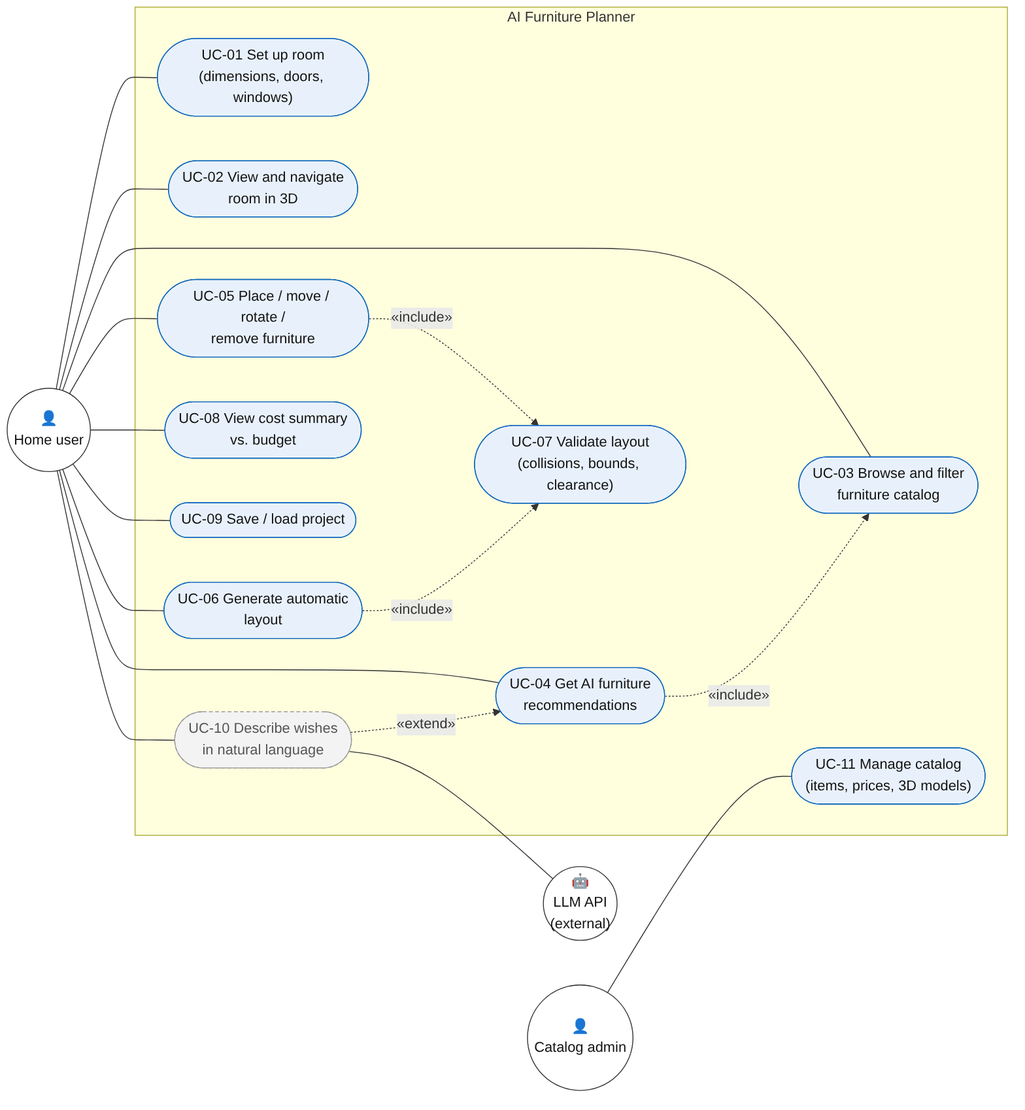
a100miles/furniture-diploma keeps this Mermaid diagram as docs/diagrams/export/02-use-case.png. Above is the earlier version. Its source is kept beside it as docs/diagrams/src/02-use-case.mmd.
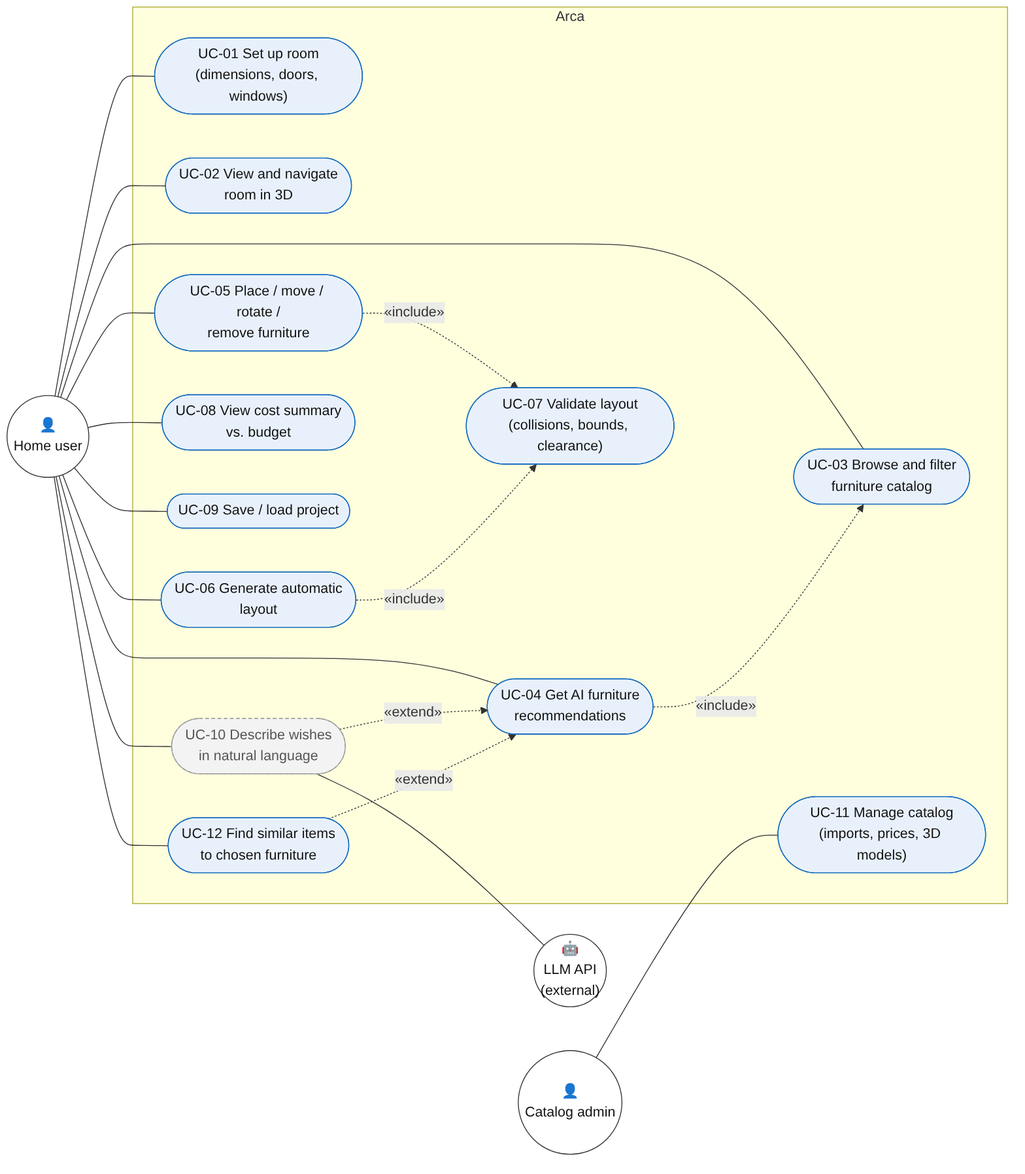
Above is the later version.

Diff of the diagram source:
```diff
@@ -3,7 +3,7 @@
     admin(("👤<br/>Catalog admin"))
     llm(("🤖<br/>LLM API<br/>(external)"))
 
-    subgraph SYS["AI Furniture Planner"]
+    subgraph SYS["Arca"]
         direction TB
         UC01(["UC-01 Set up room<br/>(dimensions, doors, windows)"])
         UC02(["UC-02 View and navigate<br/>room in 3D"])
@@ -15,7 +15,8 @@
         UC08(["UC-08 View cost summary<br/>vs. budget"])
         UC09(["UC-09 Save / load project"])
         UC10(["UC-10 Describe wishes<br/>in natural language"])
-        UC11(["UC-11 Manage catalog<br/>(items, prices, 3D models)"])
+        UC12(["UC-12 Find similar items<br/>to chosen furniture"])
+        UC11(["UC-11 Manage catalog<br/>(imports, prices, 3D models)"])
     end
 
     user --- UC01
@@ -27,17 +28,19 @@
     user --- UC08
     user --- UC09
     user --- UC10
+    user --- UC12
     admin --- UC11
 
     UC04 -. "«include»" .-> UC03
     UC05 -. "«include»" .-> UC07
     UC06 -. "«include»" .-> UC07
     UC10 -. "«extend»" .-> UC04
+    UC12 -. "«extend»" .-> UC04
     UC10 --- llm
 
     classDef actor fill:#fff,stroke:#333,color:#111
     classDef uc fill:#e8f1fb,stroke:#1168bd,color:#111
     classDef later fill:#f3f3f3,stroke:#999,color:#555,stroke-dasharray: 4 3
     class user,admin,llm actor
-    class UC01,UC02,UC03,UC04,UC05,UC06,UC07,UC08,UC09,UC11 uc
+    class UC01,UC02,UC03,UC04,UC05,UC06,UC07,UC08,UC09,UC11,UC12 uc
     class UC10 later
```
